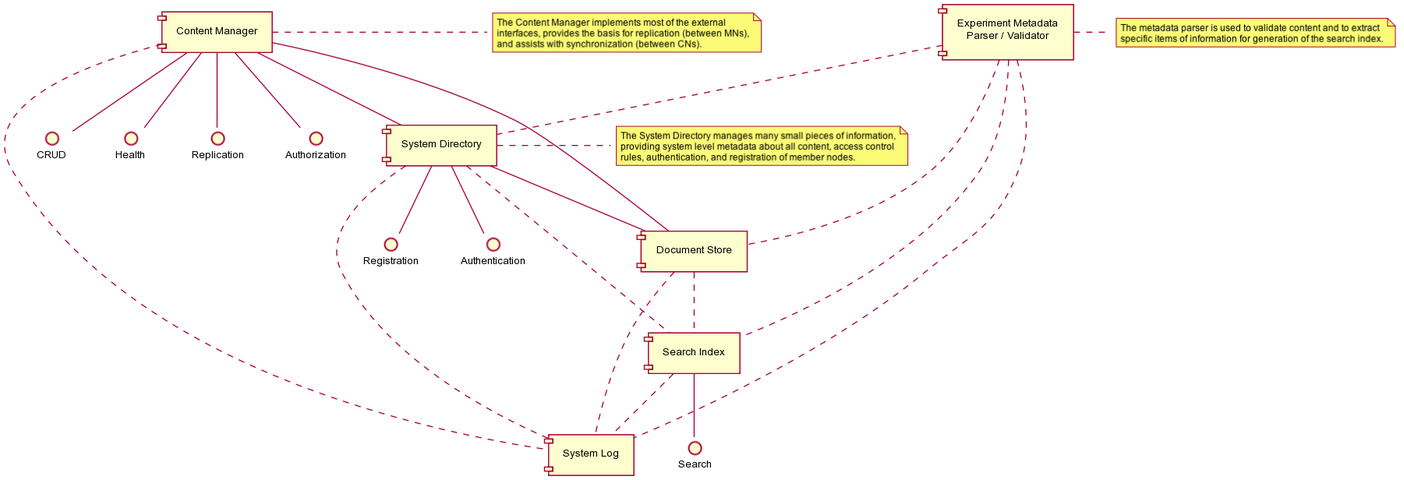
Before: source/images/CNOverview.png, a diagram exported from PlantUML (datadavev/DataONE_architecture).
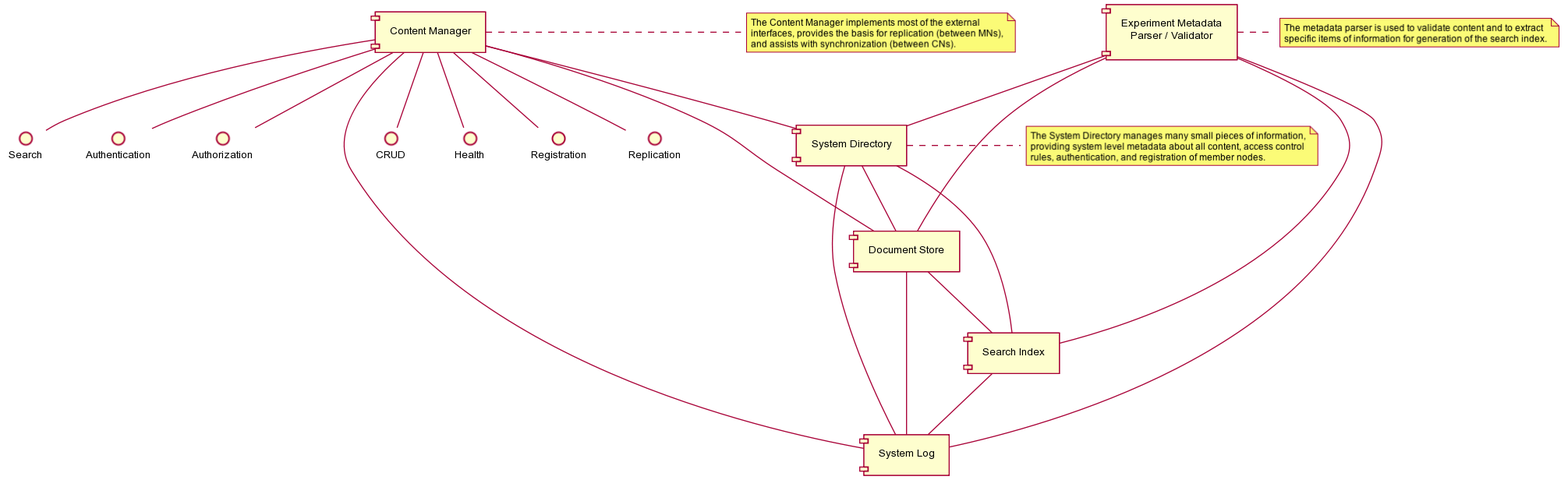
After the commit.

Diff of the diagram source:
```diff
@@ -131,22 +131,22 @@
 objectm -- cn_repl
 objectm -- cn_health
 objectm -- cn_authz
-index -- cn_search
-sysm -- cn_authn
-sysm -- cn_register
+objectm -- cn_search
+objectm -- cn_authn
+objectm -- cn_register
 objectm -- sysm
 objectm -- ostore
-objectm .. log
-sysm .. index
+objectm -- log
+sysm -- index
 sysm -- ostore
-sysm .. log
-ostore .. log
-ostore .. index
-eparser .. index
-eparser .. ostore
-eparser .. sysm
-eparser .. log
-index .. log
+sysm -- log
+ostore -- log
+ostore -- index
+eparser -- index
+eparser -- ostore
+eparser -- sysm
+eparser -- log
+index -- log
 note right of objectm
 The Content Manager implements most of the external
 interfaces, provides the basis for replication (between MNs),
```
